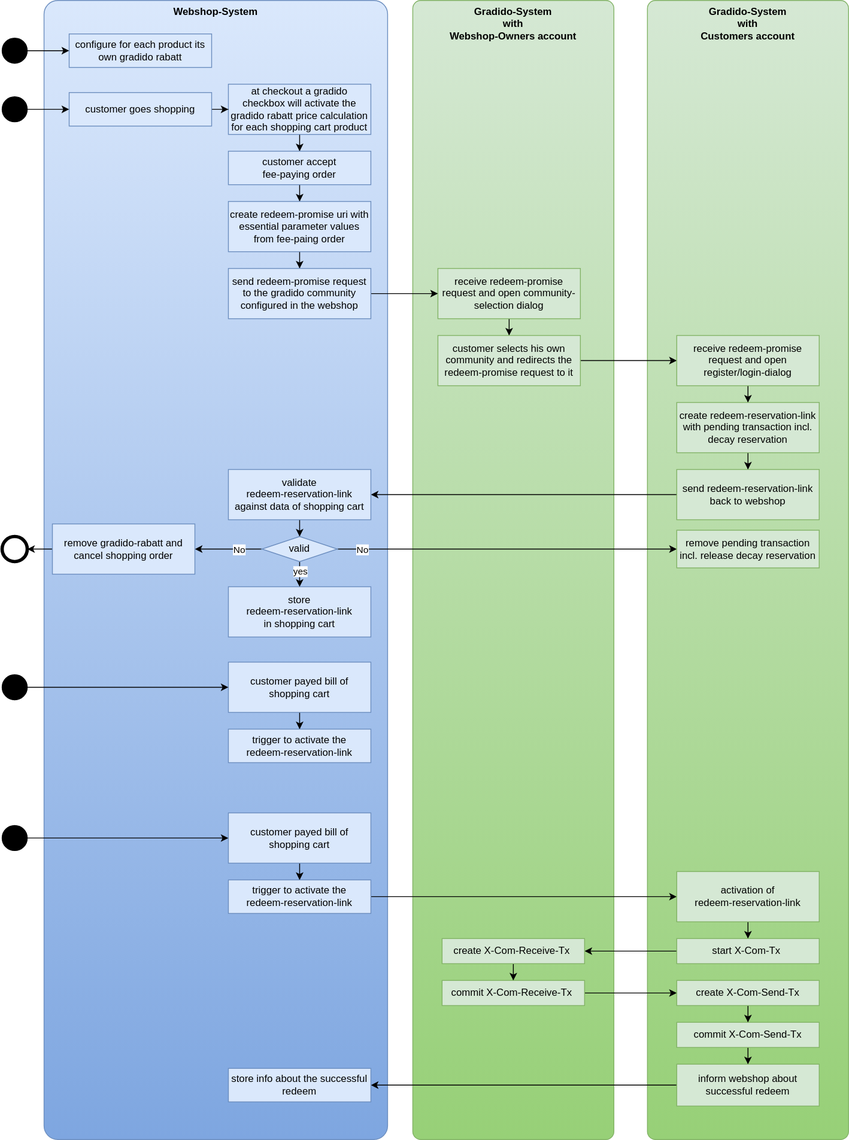
gradido/gradido keeps this draw.io diagram as docu/Concepts/TechnicalRequirements/image/UC_webshop-plugin.svg. Above is the earlier version. Source tidied: cells renumbered, new cells last; positions are measured from the earlier drawing's top-left corner, leaving out a move shared by most shapes.
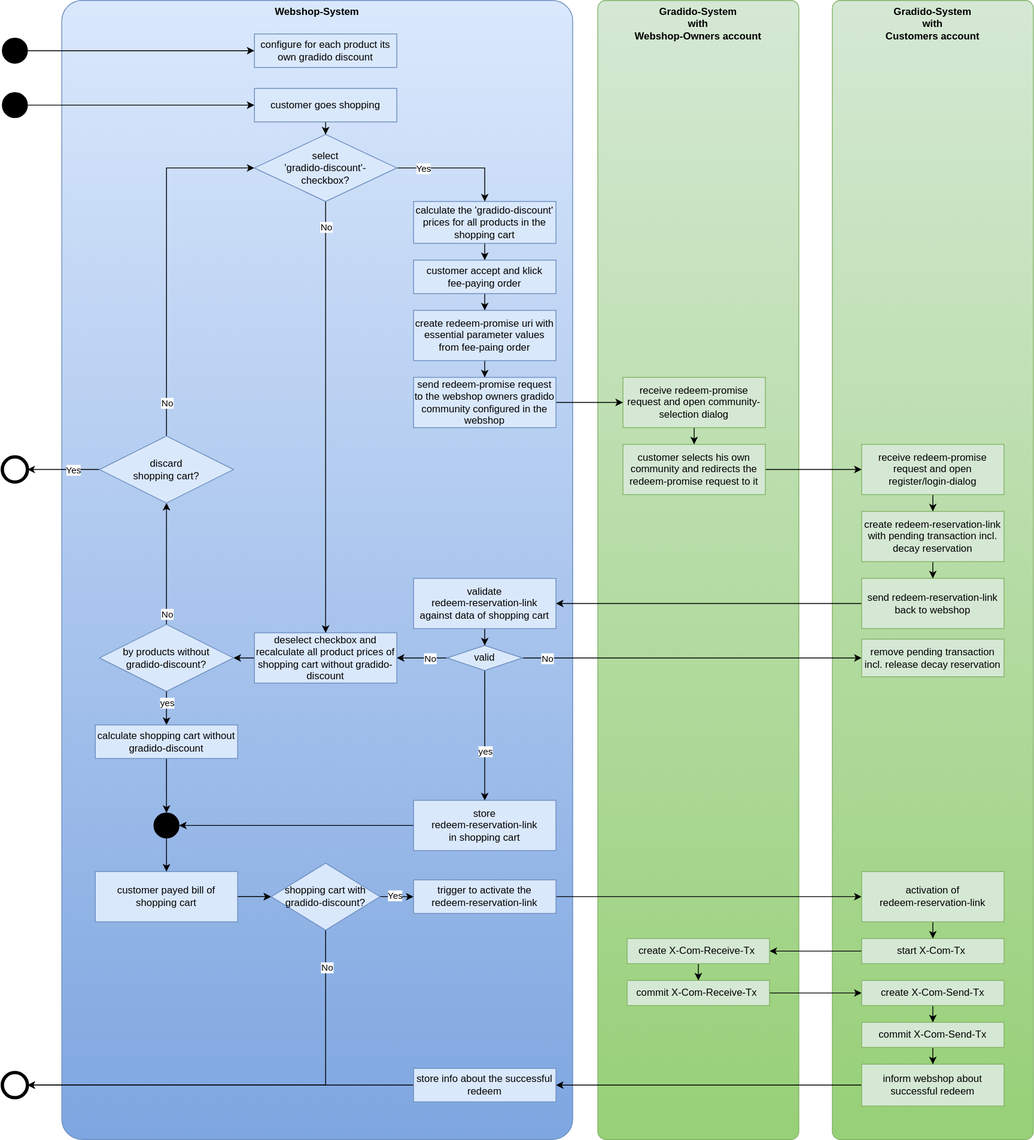
Later version of the same file.

Commit message:
rework logical flow graphic

Diff of the diagram source:
```diff
@@ -5,3 +5,3 @@
     <mxCell id="2" value="Webshop-System" style="rounded=1;whiteSpace=wrap;html=1;arcSize=4;fillColor=#dae8fc;gradientColor=#7ea6e0;strokeColor=#6c8ebf;fontStyle=1;verticalAlign=top;" parent="1" vertex="1">
-      <mxGeometry x="50" width="410" height="1360" as="geometry" />
+      <mxGeometry x="-150" width="610" height="1360" as="geometry" />
     </mxCell>
@@ -10,3 +10,3 @@
     </mxCell>
-    <mxCell id="4" value="configure for each product its own gradido rabatt" style="rounded=0;whiteSpace=wrap;html=1;fillColor=#dae8fc;strokeColor=#6c8ebf;" parent="1" vertex="1">
+    <mxCell id="4" value="configure for each product its own gradido discount" style="rounded=0;whiteSpace=wrap;html=1;fillColor=#dae8fc;strokeColor=#6c8ebf;" parent="1" vertex="1">
       <mxGeometry x="80" y="40" width="170" height="40" as="geometry" />
@@ -16,4 +16,4 @@
     </mxCell>
-    <mxCell id="6" value="at checkout a gradido checkbox will activate the gradido rabatt price calculation for each shopping cart product" style="rounded=0;whiteSpace=wrap;html=1;fillColor=#dae8fc;strokeColor=#6c8ebf;" parent="1" vertex="1">
-      <mxGeometry x="270" y="100" width="170" height="60" as="geometry" />
+    <mxCell id="6" value="calculate the 'gradido-discount' prices for all products in the shopping cart" style="rounded=0;whiteSpace=wrap;html=1;fillColor=#dae8fc;strokeColor=#6c8ebf;" parent="1" vertex="1">
+      <mxGeometry x="270" y="240" width="170" height="50" as="geometry" />
     </mxCell>
@@ -22,4 +22,4 @@
     </mxCell>
-    <mxCell id="8" value="customer accept &lt;br&gt;fee-paying order" style="rounded=0;whiteSpace=wrap;html=1;fillColor=#dae8fc;strokeColor=#6c8ebf;" parent="1" vertex="1">
-      <mxGeometry x="270" y="180" width="170" height="40" as="geometry" />
+    <mxCell id="8" value="customer accept and klick&lt;br&gt;fee-paying order" style="rounded=0;whiteSpace=wrap;html=1;fillColor=#dae8fc;strokeColor=#6c8ebf;" parent="1" vertex="1">
+      <mxGeometry x="270" y="310" width="170" height="40" as="geometry" />
     </mxCell>
@@ -32,3 +32,3 @@
     <mxCell id="11" value="receive redeem-promise request and open community-selection dialog" style="rounded=0;whiteSpace=wrap;html=1;fillColor=#d5e8d4;strokeColor=#82b366;" parent="1" vertex="1">
-      <mxGeometry x="520" y="320" width="170" height="60" as="geometry" />
+      <mxGeometry x="520" y="450" width="170" height="60" as="geometry" />
     </mxCell>
@@ -41,6 +41,6 @@
     <mxCell id="14" value="create redeem-promise uri with essential parameter values from fee-paing order" style="rounded=0;whiteSpace=wrap;html=1;fillColor=#dae8fc;strokeColor=#6c8ebf;" parent="1" vertex="1">
-      <mxGeometry x="270" y="240" width="170" height="60" as="geometry" />
+      <mxGeometry x="270" y="370" width="170" height="60" as="geometry" />
     </mxCell>
-    <mxCell id="15" value="send redeem-promise request to the gradido community configured in the webshop" style="rounded=0;whiteSpace=wrap;html=1;fillColor=#dae8fc;strokeColor=#6c8ebf;" parent="1" vertex="1">
-      <mxGeometry x="270" y="320" width="170" height="60" as="geometry" />
+    <mxCell id="15" value="send redeem-promise request to the webshop owners gradido community configured in the webshop" style="rounded=0;whiteSpace=wrap;html=1;fillColor=#dae8fc;strokeColor=#6c8ebf;" parent="1" vertex="1">
+      <mxGeometry x="270" y="450" width="170" height="60" as="geometry" />
     </mxCell>
@@ -50,3 +50,3 @@
     <mxCell id="17" value="customer selects his own community and redirects the redeem-promise request to it" style="rounded=0;whiteSpace=wrap;html=1;fillColor=#d5e8d4;strokeColor=#82b366;" parent="1" vertex="1">
-      <mxGeometry x="520" y="400" width="170" height="60" as="geometry" />
+      <mxGeometry x="520" y="530" width="170" height="60" as="geometry" />
     </mxCell>
@@ -56,3 +56,3 @@
     <mxCell id="19" value="receive redeem-promise request and open register/login-dialog" style="rounded=0;whiteSpace=wrap;html=1;fillColor=#d5e8d4;strokeColor=#82b366;" parent="1" vertex="1">
-      <mxGeometry x="805" y="400" width="170" height="60" as="geometry" />
+      <mxGeometry x="805" y="530" width="170" height="60" as="geometry" />
     </mxCell>
@@ -62,3 +62,3 @@
     <mxCell id="21" value="create redeem-reservation-link with pending transaction incl. decay reservation" style="rounded=0;whiteSpace=wrap;html=1;fillColor=#d5e8d4;strokeColor=#82b366;" parent="1" vertex="1">
-      <mxGeometry x="805" y="480" width="170" height="60" as="geometry" />
+      <mxGeometry x="805" y="610" width="170" height="60" as="geometry" />
     </mxCell>
@@ -68,3 +68,3 @@
     <mxCell id="23" value="send redeem-reservation-link back to webshop" style="rounded=0;whiteSpace=wrap;html=1;fillColor=#d5e8d4;strokeColor=#82b366;" parent="1" vertex="1">
-      <mxGeometry x="805" y="560" width="170" height="60" as="geometry" />
+      <mxGeometry x="805" y="690" width="170" height="60" as="geometry" />
     </mxCell>
@@ -74,16 +74,16 @@
     <mxCell id="25" value="validate&lt;br&gt;redeem-reservation-link&lt;br&gt;against data of shopping cart" style="rounded=0;whiteSpace=wrap;html=1;fillColor=#dae8fc;strokeColor=#6c8ebf;" parent="1" vertex="1">
-      <mxGeometry x="270" y="560" width="170" height="60" as="geometry" />
+      <mxGeometry x="270" y="690" width="170" height="60" as="geometry" />
     </mxCell>
-    <mxCell id="26" style="edgeStyle=orthogonalEdgeStyle;rounded=0;jettySize=auto;html=1;entryX=0.5;entryY=0;entryDx=0;entryDy=0;" parent="1" edge="1" source="27" target="31">
+    <mxCell id="26" style="edgeStyle=orthogonalEdgeStyle;rounded=0;jettySize=auto;html=1;entryX=0;entryY=0.5;entryDx=0;entryDy=0;" parent="1" edge="1" source="99" target="31">
       <mxGeometry relative="1" as="geometry" />
     </mxCell>
+    <mxCell id="71" value="Yes" style="edgeLabel;html=1;align=center;verticalAlign=middle;" parent="26" vertex="1">
+      <mxGeometry x="-0.17" y="2" relative="1" as="geometry" />
+    </mxCell>
+    <mxCell id="72" style="edgeStyle=orthogonalEdgeStyle;rounded=0;jettySize=auto;html=1;" parent="1" edge="1" source="27" target="99">
+      <mxGeometry relative="1" as="geometry" />
+    </mxCell>
     <mxCell id="27" value="customer payed bill of shopping cart" style="rounded=0;whiteSpace=wrap;html=1;fillColor=#dae8fc;strokeColor=#6c8ebf;" parent="1" vertex="1">
-      <mxGeometry x="270" y="970" width="170" height="60" as="geometry" />
+      <mxGeometry x="-110" y="1040" width="170" height="60" as="geometry" />
     </mxCell>
-    <mxCell id="28" style="edgeStyle=orthogonalEdgeStyle;rounded=0;jettySize=auto;html=1;entryX=0;entryY=0.5;entryDx=0;entryDy=0;" parent="1" edge="1" source="29" target="27">
-      <mxGeometry relative="1" as="geometry" />
-    </mxCell>
-    <mxCell id="29" style="ellipse;whiteSpace=wrap;html=1;fillColor=#000000;" parent="1" vertex="1">
-      <mxGeometry y="985" width="30" height="30" as="geometry" />
-    </mxCell>
     <mxCell id="30" style="edgeStyle=orthogonalEdgeStyle;rounded=0;jettySize=auto;html=1;entryX=0;entryY=0.5;entryDx=0;entryDy=0;" parent="1" edge="1" source="31" target="33">
@@ -136,2 +136,5 @@
     </mxCell>
+    <mxCell id="73" style="edgeStyle=orthogonalEdgeStyle;rounded=0;jettySize=auto;html=1;entryX=1;entryY=0.5;entryDx=0;entryDy=0;" parent="1" edge="1" source="46" target="95">
+      <mxGeometry relative="1" as="geometry" />
+    </mxCell>
     <mxCell id="46" value="store info about the successful redeem" style="rounded=0;whiteSpace=wrap;html=1;fillColor=#dae8fc;strokeColor=#6c8ebf;" parent="1" vertex="1">
@@ -139,20 +142,8 @@
     </mxCell>
+    <mxCell id="74" style="edgeStyle=orthogonalEdgeStyle;rounded=0;jettySize=auto;html=1;entryX=1;entryY=0.5;entryDx=0;entryDy=0;" parent="1" edge="1" source="47" target="29">
+      <mxGeometry relative="1" as="geometry" />
+    </mxCell>
     <mxCell id="47" value="store &lt;br&gt;redeem-reservation-link&lt;br&gt;in shopping cart" style="rounded=0;whiteSpace=wrap;html=1;fillColor=#dae8fc;strokeColor=#6c8ebf;" parent="1" vertex="1">
-      <mxGeometry x="270" y="700" width="170" height="60" as="geometry" />
+      <mxGeometry x="270" y="955" width="170" height="60" as="geometry" />
     </mxCell>
-    <mxCell id="48" style="edgeStyle=orthogonalEdgeStyle;rounded=0;jettySize=auto;html=1;entryX=0.5;entryY=0;entryDx=0;entryDy=0;" parent="1" edge="1" source="49" target="52">
-      <mxGeometry relative="1" as="geometry" />
-    </mxCell>
-    <mxCell id="49" value="customer payed bill of shopping cart" style="rounded=0;whiteSpace=wrap;html=1;fillColor=#dae8fc;strokeColor=#6c8ebf;" parent="1" vertex="1">
-      <mxGeometry x="270" y="790" width="170" height="60" as="geometry" />
-    </mxCell>
-    <mxCell id="50" style="edgeStyle=orthogonalEdgeStyle;rounded=0;jettySize=auto;html=1;entryX=0;entryY=0.5;entryDx=0;entryDy=0;" parent="1" edge="1" source="51" target="49">
-      <mxGeometry relative="1" as="geometry" />
-    </mxCell>
-    <mxCell id="51" style="ellipse;whiteSpace=wrap;html=1;fillColor=#000000;" parent="1" vertex="1">
-      <mxGeometry y="805" width="30" height="30" as="geometry" />
-    </mxCell>
-    <mxCell id="52" value="trigger to activate the &lt;br&gt;redeem-reservation-link" style="rounded=0;whiteSpace=wrap;html=1;fillColor=#dae8fc;strokeColor=#6c8ebf;" parent="1" vertex="1">
-      <mxGeometry x="270" y="870" width="170" height="40" as="geometry" />
-    </mxCell>
     <mxCell id="53" style="edgeStyle=orthogonalEdgeStyle;rounded=0;jettySize=auto;html=1;entryX=0.5;entryY=0;entryDx=0;entryDy=0;" parent="1" edge="1" source="60" target="47">
@@ -181,15 +172,12 @@
     <mxCell id="60" value="valid" style="rhombus;whiteSpace=wrap;html=1;fillColor=#dae8fc;strokeColor=#6c8ebf;rounded=0;" parent="1" vertex="1">
-      <mxGeometry x="310" y="640" width="90" height="30" as="geometry" />
+      <mxGeometry x="310" y="770" width="90" height="30" as="geometry" />
     </mxCell>
     <mxCell id="61" value="remove pending transaction incl. release decay reservation" style="rounded=0;whiteSpace=wrap;html=1;fillColor=#d5e8d4;strokeColor=#82b366;" parent="1" vertex="1">
-      <mxGeometry x="805" y="632.5" width="170" height="45" as="geometry" />
+      <mxGeometry x="805" y="762.5" width="170" height="45" as="geometry" />
     </mxCell>
-    <mxCell id="62" style="ellipse;whiteSpace=wrap;html=1;strokeWidth=4;" parent="1" vertex="1">
-      <mxGeometry y="640" width="30" height="30" as="geometry" />
-    </mxCell>
-    <mxCell id="63" style="edgeStyle=orthogonalEdgeStyle;rounded=0;jettySize=auto;html=1;entryX=1;entryY=0.5;entryDx=0;entryDy=0;" parent="1" edge="1" source="64" target="62">
-      <mxGeometry relative="1" as="geometry" />
-    </mxCell>
+    <mxCell id="75" style="edgeStyle=orthogonalEdgeStyle;rounded=0;jettySize=auto;html=1;entryX=1;entryY=0.5;entryDx=0;entryDy=0;" parent="1" edge="1" source="64" target="79">
+      <mxGeometry relative="1" as="geometry" />
+    </mxCell>
-    <mxCell id="64" value="remove gradido-rabatt and cancel shopping order" style="rounded=0;whiteSpace=wrap;html=1;fillColor=#dae8fc;strokeColor=#6c8ebf;" parent="1" vertex="1">
-      <mxGeometry x="60" y="625" width="170" height="60" as="geometry" />
+    <mxCell id="64" value="deselect checkbox and recalculate all product prices of shopping cart without gradido-discount" style="rounded=0;whiteSpace=wrap;html=1;fillColor=#dae8fc;strokeColor=#6c8ebf;" parent="1" vertex="1">
+      <mxGeometry x="80" y="755" width="170" height="60" as="geometry" />
     </mxCell>
@@ -199,9 +187,9 @@
     <mxCell id="66" style="ellipse;whiteSpace=wrap;html=1;fillColor=#000000;" parent="1" vertex="1">
-      <mxGeometry y="45" width="30" height="30" as="geometry" />
+      <mxGeometry x="-221" y="45" width="30" height="30" as="geometry" />
     </mxCell>
-    <mxCell id="67" style="edgeStyle=orthogonalEdgeStyle;rounded=0;jettySize=auto;html=1;entryX=0;entryY=0.5;entryDx=0;entryDy=0;" parent="1" edge="1" source="68" target="6">
-      <mxGeometry relative="1" as="geometry" />
-    </mxCell>
+    <mxCell id="76" style="edgeStyle=orthogonalEdgeStyle;rounded=0;jettySize=auto;html=1;" parent="1" edge="1" source="68" target="91">
+      <mxGeometry relative="1" as="geometry" />
+    </mxCell>
     <mxCell id="68" value="customer goes shopping" style="rounded=0;whiteSpace=wrap;html=1;fillColor=#dae8fc;strokeColor=#6c8ebf;" parent="1" vertex="1">
-      <mxGeometry x="80" y="110" width="170" height="40" as="geometry" />
+      <mxGeometry x="80" y="105" width="170" height="40" as="geometry" />
     </mxCell>
@@ -211,4 +199,94 @@
     <mxCell id="70" style="ellipse;whiteSpace=wrap;html=1;fillColor=#000000;" parent="1" vertex="1">
-      <mxGeometry y="115" width="30" height="30" as="geometry" />
+      <mxGeometry x="-221" y="110" width="30" height="30" as="geometry" />
     </mxCell>
+    <mxCell id="28" style="edgeStyle=orthogonalEdgeStyle;rounded=0;jettySize=auto;html=1;entryX=0.5;entryY=0;entryDx=0;entryDy=0;" parent="1" edge="1" source="29" target="27">
+      <mxGeometry relative="1" as="geometry" />
+    </mxCell>
+    <mxCell id="77" style="edgeStyle=orthogonalEdgeStyle;rounded=0;jettySize=auto;html=1;entryX=0.5;entryY=1;entryDx=0;entryDy=0;" parent="1" edge="1" source="79" target="84">
+      <mxGeometry relative="1" as="geometry" />
+    </mxCell>
+    <mxCell id="78" value="No" style="edgeLabel;html=1;align=center;verticalAlign=middle;" parent="77" vertex="1">
+      <mxGeometry x="-0.82" relative="1" as="geometry" />
+    </mxCell>
+    <mxCell id="79" value="by products without&lt;br&gt;gradido-discount?" style="rhombus;whiteSpace=wrap;html=1;fillColor=#dae8fc;strokeColor=#6c8ebf;rounded=0;" parent="1" vertex="1">
+      <mxGeometry x="-105" y="745" width="160" height="80" as="geometry" />
+    </mxCell>
+    <mxCell id="80" style="edgeStyle=orthogonalEdgeStyle;rounded=0;jettySize=auto;html=1;entryX=0;entryY=0.5;entryDx=0;entryDy=0;exitX=0.5;exitY=0;exitDx=0;exitDy=0;" parent="1" edge="1" source="84" target="91">
+      <mxGeometry relative="1" as="geometry">
+        <Array as="points">
+          <mxPoint x="-25" y="200" />
+        </Array>
+      </mxGeometry>
+    </mxCell>
+    <mxCell id="81" value="No" style="edgeLabel;html=1;align=center;verticalAlign=middle;" parent="80" vertex="1">
+      <mxGeometry x="-0.81" relative="1" as="geometry" />
+    </mxCell>
+    <mxCell id="82" style="edgeStyle=orthogonalEdgeStyle;rounded=0;jettySize=auto;html=1;entryX=1;entryY=0.5;entryDx=0;entryDy=0;" parent="1" edge="1" source="84" target="85">
+      <mxGeometry relative="1" as="geometry" />
+    </mxCell>
+    <mxCell id="83" value="Yes" style="edgeLabel;html=1;align=center;verticalAlign=middle;" parent="82" vertex="1">
+      <mxGeometry x="-0.31" y="1" relative="1" as="geometry">
+        <mxPoint x="-2" y="-1" as="offset" />
+      </mxGeometry>
+    </mxCell>
+    <mxCell id="84" value="discard &lt;br&gt;shopping cart?" style="rhombus;whiteSpace=wrap;html=1;fillColor=#dae8fc;strokeColor=#6c8ebf;rounded=0;" parent="1" vertex="1">
+      <mxGeometry x="-105" y="520" width="160" height="80" as="geometry" />
+    </mxCell>
+    <mxCell id="85" style="ellipse;whiteSpace=wrap;html=1;strokeWidth=4;" parent="1" vertex="1">
+      <mxGeometry x="-221" y="545" width="30" height="30" as="geometry" />
+    </mxCell>
+    <mxCell id="86" style="edgeStyle=orthogonalEdgeStyle;rounded=0;jettySize=auto;html=1;entryX=0.5;entryY=0;entryDx=0;entryDy=0;" parent="1" edge="1" source="94" target="29">
+      <mxGeometry relative="1" as="geometry" />
+    </mxCell>
+    <mxCell id="29" style="ellipse;whiteSpace=wrap;html=1;fillColor=#000000;" parent="1" vertex="1">
+      <mxGeometry x="-40" y="970" width="30" height="30" as="geometry" />
+    </mxCell>
+    <mxCell id="87" style="edgeStyle=orthogonalEdgeStyle;rounded=0;jettySize=auto;html=1;entryX=0.5;entryY=0;entryDx=0;entryDy=0;" parent="1" edge="1" source="91" target="6">
+      <mxGeometry relative="1" as="geometry" />
+    </mxCell>
+    <mxCell id="88" value="Yes" style="edgeLabel;html=1;align=center;verticalAlign=middle;" parent="87" vertex="1">
+      <mxGeometry x="-0.58" relative="1" as="geometry" />
+    </mxCell>
+    <mxCell id="89" style="edgeStyle=orthogonalEdgeStyle;rounded=0;jettySize=auto;html=1;entryX=0.5;entryY=0;entryDx=0;entryDy=0;exitX=0.5;exitY=1;exitDx=0;exitDy=0;" parent="1" edge="1" source="91" target="64">
+      <mxGeometry relative="1" as="geometry">
+        <Array as="points">
+          <mxPoint x="165" y="530" />
+          <mxPoint x="165" y="530" />
+        </Array>
+      </mxGeometry>
+    </mxCell>
+    <mxCell id="90" value="No" style="edgeLabel;html=1;align=center;verticalAlign=middle;" parent="89" vertex="1">
+      <mxGeometry x="-0.88" relative="1" as="geometry" />
+    </mxCell>
+    <mxCell id="91" value="select&lt;br style=&quot;border-color: var(--border-color);&quot;&gt;'gradido-discount'- &lt;br&gt;checkbox?" style="rhombus;whiteSpace=wrap;html=1;fillColor=#dae8fc;strokeColor=#6c8ebf;rounded=0;" parent="1" vertex="1">
+      <mxGeometry x="80" y="160" width="170" height="80" as="geometry" />
+    </mxCell>
+    <mxCell id="92" style="edgeStyle=orthogonalEdgeStyle;rounded=0;jettySize=auto;html=1;entryX=0.5;entryY=0;entryDx=0;entryDy=0;" parent="1" edge="1" source="79" target="94">
+      <mxGeometry relative="1" as="geometry" />
+    </mxCell>
+    <mxCell id="93" value="yes" style="edgeLabel;html=1;align=center;verticalAlign=middle;" parent="92" vertex="1">
+      <mxGeometry x="-0.34" relative="1" as="geometry" />
+    </mxCell>
+    <mxCell id="94" value="calculate shopping cart without gradido-discount" style="rounded=0;whiteSpace=wrap;html=1;fillColor=#dae8fc;strokeColor=#6c8ebf;" parent="1" vertex="1">
+      <mxGeometry x="-110" y="865" width="170" height="40" as="geometry" />
+    </mxCell>
+    <mxCell id="95" style="ellipse;whiteSpace=wrap;html=1;strokeWidth=4;" parent="1" vertex="1">
+      <mxGeometry x="-221" y="1280" width="30" height="30" as="geometry" />
+    </mxCell>
+    <mxCell id="96" style="edgeStyle=orthogonalEdgeStyle;rounded=0;jettySize=auto;html=1;entryX=0;entryY=0.5;entryDx=0;entryDy=0;" parent="1" edge="1" source="27" target="99">
+      <mxGeometry relative="1" as="geometry" />
+    </mxCell>
+    <mxCell id="97" style="edgeStyle=orthogonalEdgeStyle;rounded=0;jettySize=auto;html=1;entryX=1;entryY=0.5;entryDx=0;entryDy=0;" parent="1" edge="1" source="99" target="95">
+      <mxGeometry relative="1" as="geometry">
+        <Array as="points">
+          <mxPoint x="165" y="1295" />
+        </Array>
+      </mxGeometry>
+    </mxCell>
+    <mxCell id="98" value="No" style="edgeLabel;html=1;align=center;verticalAlign=middle;" parent="97" vertex="1">
+      <mxGeometry x="-0.84" y="1" relative="1" as="geometry" />
+    </mxCell>
+    <mxCell id="99" value="shopping cart with&lt;br&gt;gradido-discount?" style="rhombus;whiteSpace=wrap;html=1;fillColor=#dae8fc;strokeColor=#6c8ebf;rounded=0;" parent="1" vertex="1">
+      <mxGeometry x="100" y="1030" width="130" height="80" as="geometry" />
+    </mxCell>
   </root>
```
